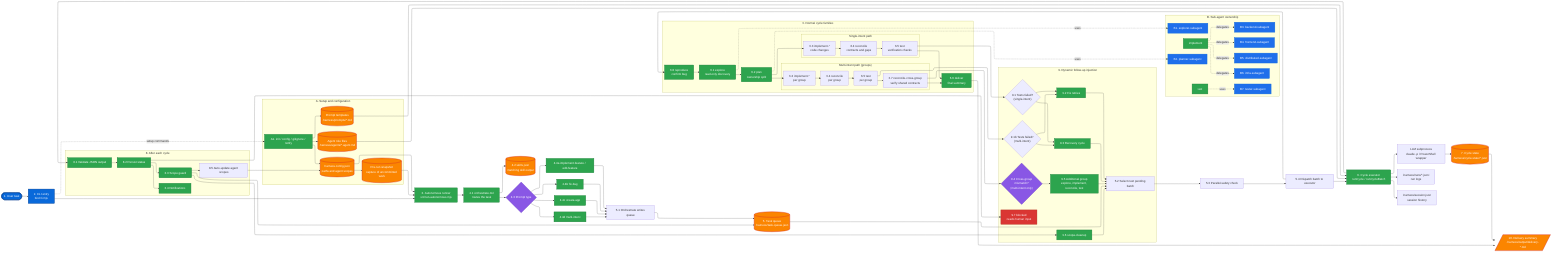
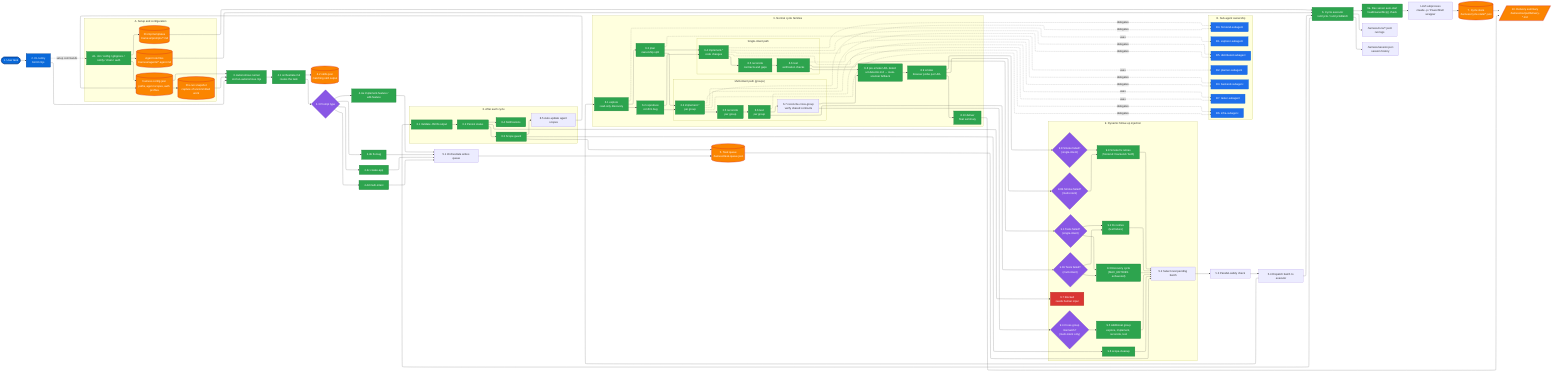
---
config:
  layout: elk
---
%% Cortex Harness developer overview (ELK layout)
%% Purpose: README-friendly overview with true auto-spacing and routing.

flowchart LR
  user(["1. User task"]) --> cli["2. CLI entry<br/>bin/cli.mjs"] --> runner["3. Autonomous runner<br/>src/run-autonomous.mjs"]
  runner --> orchestrate["4.1 orchestrate.md<br/>routes the task"]
  orchestrate --> skills[("4.2 skills.json<br/>matching skill output")]
  orchestrate --> route{"4.3 Prompt type"}

  route --> feature["4.4a implement-feature / edit-feature"]
  route --> bug["4.4b fix-bug"]
  route --> greenfield["4.4c create-app"]
  route --> multi["4.4d multi-intent"]

  feature --> queue_write["5.1 Orchestrate writes queue"]
  bug --> queue_write
  greenfield --> queue_write
  multi --> queue_write

  queue_write --> queue_file[("5. Task queue<br/>.harness/task-queue.json")]
  queue_file --> queue_batch["5.2 Select next pending batch"] --> queue_parallel["5.3 Parallel-safety check"] --> queue_run["5.4 Dispatch batch to executor"]

  queue_run --> cycle["6. Cycle executor<br/>runCycle / runCycleBatch"]
-   cycle --> llm["LLM subprocess<br/>claude -p / PowerShell wrapper"]
+   cycle --> devserver["6a. Dev server auto-start<br/>hasBrowserMcp() check"]
+   devserver --> llm["LLM subprocess<br/>claude -p / PowerShell wrapper"]
  llm --> state[("7. Cycle state<br/>.harness/cycle-state/*.json")]
  cycle --> runs[".harness/runs/*.jsonl<br/>run logs"]
  cycle --> session[".harness/session.json<br/>session history"]
  state --> delivery[/"10. Delivery summary<br/>.harness/output/delivery-*.md"/]

  subgraph setup["A. Setup and configuration"]
-     init["A1. init / config / gitignore / notify"]
-     config[("harness.config.json<br/>paths and agent scopes")]
+     init["A1. init / config / gitignore / notify / chain / auth"]
+     config[("harness.config.json<br/>paths, agent scopes, auth profiles")]
    prompts[("Prompt templates<br/>.harness/prompts/*.md")]
    agents[("Agent role files<br/>.harness/agents/*.agent.md")]
    snapshot[("Pre-run snapshot<br/>capture of uncommitted work")]
    init --> config --> snapshot
    init --> prompts
    init --> agents
  end
  cli -. setup commands .-> init
  config --> runner
  prompts --> cycle
  agents --> cycle
  snapshot --> runner

  subgraph cycleTypes["6. Normal cycle families"]
-     reproduce["6.0 reproduce<br/>confirm bug"]
    explore["6.1 explore<br/>read-only discovery"]
-     plan["6.2 plan<br/>ownership split"]
+     reproduce["6.2 reproduce<br/>confirm bug"]
+     plan["6.3 plan<br/>ownership split"]

    subgraph singleIntent["Single-intent path"]
-       implement_single["6.3 implement-*<br/>code changes"]
-       reconcile_single["6.4 reconcile<br/>contracts and gaps"]
-       test_single["6.5 test<br/>verification checks"]
+       implement_single["6.4 implement-*<br/>code changes"]
+       reconcile_single["6.5 reconcile<br/>contracts and gaps"]
+       test_single["6.6 test<br/>verification checks"]
      implement_single --> reconcile_single --> test_single
    end

    subgraph multiIntent["Multi-intent path (groups)"]
-       implement_multi["6.3 implement-*<br/>per group"]
-       reconcile_multi["6.4 reconcile<br/>per group"]
-       test_multi["6.5 test<br/>per group"]
+       implement_multi["6.4 implement-*<br/>per group"]
+       reconcile_multi["6.5 reconcile<br/>per group"]
+       test_multi["6.6 test<br/>per group"]
      rcg["6.7 reconcile-cross-group<br/>verify shared contracts"]
      implement_multi --> reconcile_multi --> test_multi --> rcg
    end

-     deliver["6.6 deliver<br/>final summary"]
+     preSmoke["6.8 pre-smoke URL detect<br/>url-detector.md → route-scanner fallback"]
+     smoke["6.9 smoke<br/>browser probe per URL"]
+     deliver["6.10 deliver<br/>final summary"]

-     reproduce --> explore
+     explore --> reproduce
    explore --> plan
+     reproduce --> implement_single
+     reproduce --> implement_multi
    plan --> implement_single
    plan --> implement_multi
-     test_single --> deliver
-     rcg --> deliver
+     test_single --> preSmoke
+     rcg --> preSmoke
+     preSmoke --> smoke
+     smoke --> deliver
  end
-   queue_run --> reproduce
+   queue_run --> explore
  deliver --> delivery

  subgraph ownership["B. Sub-agent ownership"]
    explorer["B1. explorer-subagent"]
    planner["B2. planner-subagent"]
    backend["B3. backend-subagent"]
    frontend["B4. frontend-subagent"]
    distributed["B5. distributed-subagent"]
    infra["B6. infra-subagent"]
    tester["B7. tester-subagent"]
    explore -. uses .-> explorer
    plan -. uses .-> planner
-     implement -. delegates .-> backend
-     implement -. delegates .-> frontend
-     implement -. delegates .-> distributed
-     implement -. delegates .-> infra
-     test -. uses .-> tester
+     implement_single -. delegates .-> backend
+     implement_single -. delegates .-> frontend
+     implement_single -. delegates .-> distributed
+     implement_single -. delegates .-> infra
+     implement_multi -. delegates .-> backend
+     implement_multi -. delegates .-> frontend
+     implement_multi -. delegates .-> distributed
+     implement_multi -. delegates .-> infra
+     test_single -. uses .-> tester
+     test_multi -. uses .-> tester
  end

  subgraph afterCycle["8. After each cycle"]
    validate["8.1 Validate JSON output"]
    mark["8.2 Persist status"]
    scope["8.3 Scope guard"]
    scopeUpdate["8.5 Auto-update agent scopes"]
    notify["8.4 Notifications"]
    validate --> mark --> scope --> scopeUpdate --> config
    mark --> notify
  end
  cycle --> validate
  scope --> queue_file

  subgraph dynamic["9. Dynamic follow-up injection"]
    failedTest_si{"9.1 Tests failed?<br/>(single-intent)"}
    failedTest_mi{"9.1b Tests failed?<br/>(multi-intent)"}
-     fix["9.2 Fix retries"]
-     recovery["9.3 Recovery cycle"]
+     fix_test["9.2 Fix retries<br/>(test failure)"]
+     recovery["9.3 Recovery cycle<br/>(MAX_RETRIES exhausted)"]
    crossGroup{"9.4 Cross-group<br/>mismatch?<br/>(multi-intent only)"}
    extraGroup["9.5 Additional group<br/>explore, implement, reconcile, test"]
    cleanup["9.6 scope-cleanup"]
    human["9.7 blocked<br/>needs human input"]
+     failedSmoke_si{"9.8 Smoke failed?<br/>(single-intent)"}
+     failedSmoke_mi{"9.8b Smoke failed?<br/>(multi-intent)"}
+     fix_smoke["9.9 Smoke fix retries<br/>(frontend / backend / both)"]

-     failedTest_si --> fix
+     failedTest_si --> fix_test
    failedTest_si --> recovery
-     failedTest_mi --> fix
+     failedTest_mi --> fix_test
    failedTest_mi --> recovery
    crossGroup --> extraGroup
    cleanup --> queue_batch
-     fix --> queue_batch
+     fix_test --> queue_batch
    recovery --> queue_batch
    extraGroup --> queue_batch
+     failedSmoke_si --> fix_smoke
+     failedSmoke_mi --> fix_smoke
+     fix_smoke --> queue_batch
  end
  test_single --> failedTest_si
  test_multi --> failedTest_mi
  rcg --> crossGroup
  scope --> cleanup
  mark --> human
+   smoke --> failedSmoke_si
+   smoke --> failedSmoke_mi

  classDef entry fill:#0969da,stroke:#033d8b,color:#ffffff,stroke-width:2px;
  classDef store fill:#fb8500,stroke:#d62828,color:#ffffff,stroke-width:2px;
  classDef process fill:#2da44e,stroke:#1a7f37,color:#ffffff,stroke-width:2px;
  classDef decision fill:#8957e5,stroke:#6e40c9,color:#ffffff,stroke-width:2px;
  classDef agent fill:#1f6feb,stroke:#0969da,color:#ffffff,stroke-width:2px;
  classDef warn fill:#da3633,stroke:#ae2a19,color:#ffffff,stroke-width:2px;

  class user,cli entry;
  class queue_file,state,delivery,config,prompts,agents,snapshot,skills store;
-   class runner,cycle,init,orchestrate,feature,bug,greenfield,multi,explore,plan,reproduce,implement,reconcile,test,deliver,validate,mark,scope,notify,fix,recovery,extraGroup,cleanup process;
-   class route,failedTest,crossGroup decision;
+   class runner,cycle,devserver,init,orchestrate,feature,bug,greenfield,multi,explore,plan,reproduce,implement_single,implement_multi,reconcile_single,reconcile_multi,test_single,test_multi,deliver,validate,mark,scope,notify,fix_test,fix_smoke,recovery,extraGroup,cleanup,preSmoke,smoke process;
+   class route,failedTest_si,failedTest_mi,crossGroup,failedSmoke_si,failedSmoke_mi decision;
  class explorer,planner,backend,frontend,distributed,infra,tester agent;
-   class human warn;+   class human warn;
